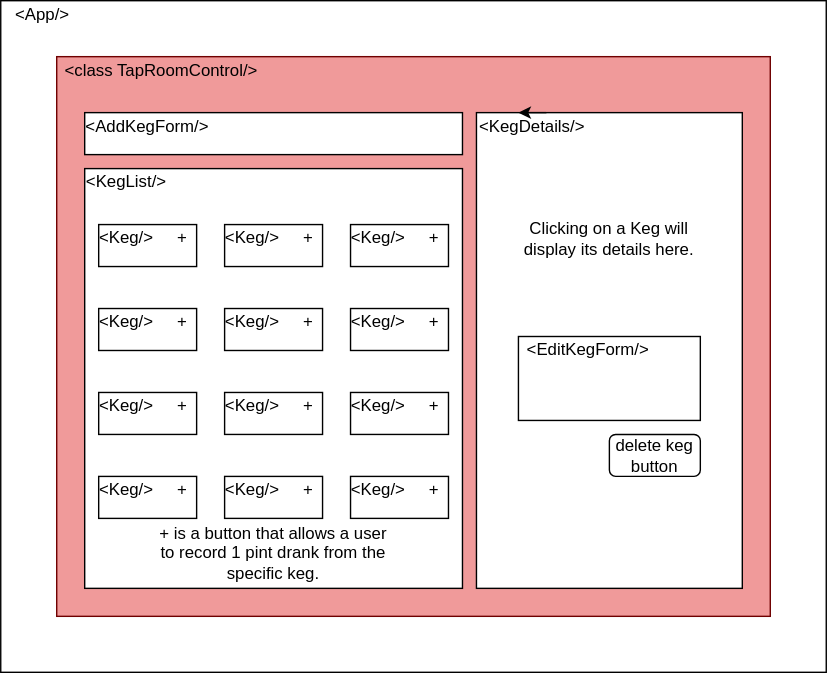
Before: taproom.svg, a diagram exported from draw.io (efirpo/taproom-7-2). Source tidied: cells renumbered, new cells last; positions are measured from the earlier drawing's top-left corner, leaving out a move shared by most shapes. The source it was exported from:
```xml
<mxGraphModel>
  <root>
    <mxCell id="0" />
    <mxCell id="1" parent="0" />
    <mxCell id="2" style="rounded=0;whiteSpace=wrap;html=1;" parent="1" vertex="1">
      <mxGeometry width="590" height="480" as="geometry" />
    </mxCell>
    <mxCell id="3" value="&amp;lt;App/&amp;gt;" style="text;html=1;strokeColor=none;fillColor=none;align=center;verticalAlign=middle;whiteSpace=wrap;rounded=0;" parent="1" vertex="1">
      <mxGeometry x="10" width="40" height="20" as="geometry" />
    </mxCell>
    <mxCell id="4" style="rounded=0;whiteSpace=wrap;html=1;strokeColor=#6F0000;fontColor=#ffffff;fillColor=#F09A9A;" parent="1" vertex="1">
      <mxGeometry x="40" y="40" width="510" height="400" as="geometry" />
    </mxCell>
    <mxCell id="5" value="&amp;lt;class TapRoomControl/&amp;gt;" style="text;html=1;strokeColor=none;fillColor=none;align=center;verticalAlign=middle;whiteSpace=wrap;rounded=0;" parent="1" vertex="1">
      <mxGeometry x="20" y="40" width="190" height="20" as="geometry" />
    </mxCell>
    <mxCell id="6" style="rounded=0;whiteSpace=wrap;html=1;" parent="1" vertex="1">
      <mxGeometry x="60" y="80" width="270" height="30" as="geometry" />
    </mxCell>
    <mxCell id="7" value="&amp;lt;AddKegForm/&amp;gt;" style="text;html=1;strokeColor=none;fillColor=none;align=center;verticalAlign=middle;whiteSpace=wrap;rounded=0;" parent="1" vertex="1">
      <mxGeometry x="85" y="80" width="40" height="20" as="geometry" />
    </mxCell>
    <mxCell id="8" style="rounded=0;whiteSpace=wrap;html=1;" parent="1" vertex="1">
      <mxGeometry x="60" y="120" width="270" height="300" as="geometry" />
    </mxCell>
    <mxCell id="9" style="rounded=0;whiteSpace=wrap;html=1;" parent="1" vertex="1">
      <mxGeometry x="340" y="80" width="190" height="340" as="geometry" />
    </mxCell>
    <mxCell id="10" value="&amp;lt;KegDetails/&amp;gt;" style="text;html=1;strokeColor=none;fillColor=none;align=center;verticalAlign=middle;whiteSpace=wrap;rounded=0;" parent="1" vertex="1">
      <mxGeometry x="360" y="80" width="40" height="20" as="geometry" />
    </mxCell>
    <mxCell id="11" style="rounded=0;whiteSpace=wrap;html=1;" parent="1" vertex="1">
      <mxGeometry x="370" y="240" width="130" height="60" as="geometry" />
    </mxCell>
    <mxCell id="12" value="&amp;lt;EditKegForm/&amp;gt;" style="text;html=1;strokeColor=none;fillColor=none;align=center;verticalAlign=middle;whiteSpace=wrap;rounded=0;" parent="1" vertex="1">
      <mxGeometry x="400" y="240" width="40" height="20" as="geometry" />
    </mxCell>
    <mxCell id="13" style="rounded=0;whiteSpace=wrap;html=1;" parent="1" vertex="1">
      <mxGeometry x="70" y="160" width="70" height="30" as="geometry" />
    </mxCell>
    <mxCell id="14" value="&amp;lt;Keg/&amp;gt;" style="text;html=1;strokeColor=none;fillColor=none;align=center;verticalAlign=middle;whiteSpace=wrap;rounded=0;" parent="1" vertex="1">
      <mxGeometry x="70" y="160" width="40" height="20" as="geometry" />
    </mxCell>
    <mxCell id="15" style="rounded=0;whiteSpace=wrap;html=1;" parent="1" vertex="1">
      <mxGeometry x="160" y="160" width="70" height="30" as="geometry" />
    </mxCell>
    <mxCell id="16" value="&amp;lt;Keg/&amp;gt;" style="text;html=1;strokeColor=none;fillColor=none;align=center;verticalAlign=middle;whiteSpace=wrap;rounded=0;" parent="1" vertex="1">
      <mxGeometry x="160" y="160" width="40" height="20" as="geometry" />
    </mxCell>
    <mxCell id="17" style="rounded=0;whiteSpace=wrap;html=1;" parent="1" vertex="1">
      <mxGeometry x="250" y="160" width="70" height="30" as="geometry" />
    </mxCell>
    <mxCell id="18" value="&amp;lt;Keg/&amp;gt;" style="text;html=1;strokeColor=none;fillColor=none;align=center;verticalAlign=middle;whiteSpace=wrap;rounded=0;" parent="1" vertex="1">
      <mxGeometry x="250" y="160" width="40" height="20" as="geometry" />
    </mxCell>
    <mxCell id="19" style="rounded=0;whiteSpace=wrap;html=1;" parent="1" vertex="1">
      <mxGeometry x="70" y="220" width="70" height="30" as="geometry" />
    </mxCell>
    <mxCell id="20" value="&amp;lt;Keg/&amp;gt;" style="text;html=1;strokeColor=none;fillColor=none;align=center;verticalAlign=middle;whiteSpace=wrap;rounded=0;" parent="1" vertex="1">
      <mxGeometry x="70" y="220" width="40" height="20" as="geometry" />
    </mxCell>
    <mxCell id="21" style="rounded=0;whiteSpace=wrap;html=1;" parent="1" vertex="1">
      <mxGeometry x="160" y="220" width="70" height="30" as="geometry" />
    </mxCell>
    <mxCell id="22" value="&amp;lt;Keg/&amp;gt;" style="text;html=1;strokeColor=none;fillColor=none;align=center;verticalAlign=middle;whiteSpace=wrap;rounded=0;" parent="1" vertex="1">
      <mxGeometry x="160" y="220" width="40" height="20" as="geometry" />
    </mxCell>
    <mxCell id="23" style="rounded=0;whiteSpace=wrap;html=1;" parent="1" vertex="1">
      <mxGeometry x="250" y="220" width="70" height="30" as="geometry" />
    </mxCell>
    <mxCell id="24" value="&amp;lt;Keg/&amp;gt;" style="text;html=1;strokeColor=none;fillColor=none;align=center;verticalAlign=middle;whiteSpace=wrap;rounded=0;" parent="1" vertex="1">
      <mxGeometry x="250" y="220" width="40" height="20" as="geometry" />
    </mxCell>
    <mxCell id="25" style="rounded=0;whiteSpace=wrap;html=1;" parent="1" vertex="1">
      <mxGeometry x="70" y="280" width="70" height="30" as="geometry" />
    </mxCell>
    <mxCell id="26" value="&amp;lt;Keg/&amp;gt;" style="text;html=1;strokeColor=none;fillColor=none;align=center;verticalAlign=middle;whiteSpace=wrap;rounded=0;" parent="1" vertex="1">
      <mxGeometry x="70" y="280" width="40" height="20" as="geometry" />
    </mxCell>
    <mxCell id="27" style="rounded=0;whiteSpace=wrap;html=1;" parent="1" vertex="1">
      <mxGeometry x="160" y="280" width="70" height="30" as="geometry" />
    </mxCell>
    <mxCell id="28" value="&amp;lt;Keg/&amp;gt;" style="text;html=1;strokeColor=none;fillColor=none;align=center;verticalAlign=middle;whiteSpace=wrap;rounded=0;" parent="1" vertex="1">
      <mxGeometry x="160" y="280" width="40" height="20" as="geometry" />
    </mxCell>
    <mxCell id="29" style="rounded=0;whiteSpace=wrap;html=1;" parent="1" vertex="1">
      <mxGeometry x="250" y="280" width="70" height="30" as="geometry" />
    </mxCell>
    <mxCell id="30" value="&amp;lt;Keg/&amp;gt;" style="text;html=1;strokeColor=none;fillColor=none;align=center;verticalAlign=middle;whiteSpace=wrap;rounded=0;" parent="1" vertex="1">
      <mxGeometry x="250" y="280" width="40" height="20" as="geometry" />
    </mxCell>
    <mxCell id="31" style="rounded=0;whiteSpace=wrap;html=1;" parent="1" vertex="1">
      <mxGeometry x="70" y="340" width="70" height="30" as="geometry" />
    </mxCell>
    <mxCell id="32" value="&amp;lt;Keg/&amp;gt;" style="text;html=1;strokeColor=none;fillColor=none;align=center;verticalAlign=middle;whiteSpace=wrap;rounded=0;" parent="1" vertex="1">
      <mxGeometry x="70" y="340" width="40" height="20" as="geometry" />
    </mxCell>
    <mxCell id="33" style="rounded=0;whiteSpace=wrap;html=1;" parent="1" vertex="1">
      <mxGeometry x="160" y="340" width="70" height="30" as="geometry" />
    </mxCell>
    <mxCell id="34" value="&amp;lt;Keg/&amp;gt;" style="text;html=1;strokeColor=none;fillColor=none;align=center;verticalAlign=middle;whiteSpace=wrap;rounded=0;" parent="1" vertex="1">
      <mxGeometry x="160" y="340" width="40" height="20" as="geometry" />
    </mxCell>
    <mxCell id="35" style="rounded=0;whiteSpace=wrap;html=1;" parent="1" vertex="1">
      <mxGeometry x="250" y="340" width="70" height="30" as="geometry" />
    </mxCell>
    <mxCell id="36" value="&amp;lt;Keg/&amp;gt;" style="text;html=1;strokeColor=none;fillColor=none;align=center;verticalAlign=middle;whiteSpace=wrap;rounded=0;" parent="1" vertex="1">
      <mxGeometry x="250" y="340" width="40" height="20" as="geometry" />
    </mxCell>
    <mxCell id="37" value="Clicking on a Keg will display its details here." style="text;html=1;strokeColor=none;fillColor=none;align=center;verticalAlign=middle;whiteSpace=wrap;rounded=0;" parent="1" vertex="1">
      <mxGeometry x="360" y="127.5" width="150" height="85" as="geometry" />
    </mxCell>
    <mxCell id="38" value="+" style="text;html=1;strokeColor=none;fillColor=none;align=center;verticalAlign=middle;whiteSpace=wrap;rounded=0;" parent="1" vertex="1">
      <mxGeometry x="110" y="160" width="40" height="20" as="geometry" />
    </mxCell>
    <mxCell id="39" value="+" style="text;html=1;strokeColor=none;fillColor=none;align=center;verticalAlign=middle;whiteSpace=wrap;rounded=0;" parent="1" vertex="1">
      <mxGeometry x="200" y="160" width="40" height="20" as="geometry" />
    </mxCell>
    <mxCell id="40" value="+" style="text;html=1;strokeColor=none;fillColor=none;align=center;verticalAlign=middle;whiteSpace=wrap;rounded=0;" parent="1" vertex="1">
      <mxGeometry x="290" y="160" width="40" height="20" as="geometry" />
    </mxCell>
    <mxCell id="41" value="+" style="text;html=1;strokeColor=none;fillColor=none;align=center;verticalAlign=middle;whiteSpace=wrap;rounded=0;" parent="1" vertex="1">
      <mxGeometry x="110" y="220" width="40" height="20" as="geometry" />
    </mxCell>
    <mxCell id="42" value="+" style="text;html=1;strokeColor=none;fillColor=none;align=center;verticalAlign=middle;whiteSpace=wrap;rounded=0;" parent="1" vertex="1">
      <mxGeometry x="200" y="220" width="40" height="20" as="geometry" />
    </mxCell>
    <mxCell id="43" value="+" style="text;html=1;strokeColor=none;fillColor=none;align=center;verticalAlign=middle;whiteSpace=wrap;rounded=0;" parent="1" vertex="1">
      <mxGeometry x="290" y="220" width="40" height="20" as="geometry" />
    </mxCell>
    <mxCell id="44" value="+" style="text;html=1;strokeColor=none;fillColor=none;align=center;verticalAlign=middle;whiteSpace=wrap;rounded=0;" parent="1" vertex="1">
      <mxGeometry x="110" y="280" width="40" height="20" as="geometry" />
    </mxCell>
    <mxCell id="45" value="+" style="text;html=1;strokeColor=none;fillColor=none;align=center;verticalAlign=middle;whiteSpace=wrap;rounded=0;" parent="1" vertex="1">
      <mxGeometry x="200" y="280" width="40" height="20" as="geometry" />
    </mxCell>
    <mxCell id="46" value="+" style="text;html=1;strokeColor=none;fillColor=none;align=center;verticalAlign=middle;whiteSpace=wrap;rounded=0;" parent="1" vertex="1">
      <mxGeometry x="290" y="280" width="40" height="20" as="geometry" />
    </mxCell>
    <mxCell id="47" value="+" style="text;html=1;strokeColor=none;fillColor=none;align=center;verticalAlign=middle;whiteSpace=wrap;rounded=0;" parent="1" vertex="1">
      <mxGeometry x="110" y="340" width="40" height="20" as="geometry" />
    </mxCell>
    <mxCell id="48" value="+" style="text;html=1;strokeColor=none;fillColor=none;align=center;verticalAlign=middle;whiteSpace=wrap;rounded=0;" parent="1" vertex="1">
      <mxGeometry x="200" y="340" width="40" height="20" as="geometry" />
    </mxCell>
    <mxCell id="49" value="+" style="text;html=1;strokeColor=none;fillColor=none;align=center;verticalAlign=middle;whiteSpace=wrap;rounded=0;" parent="1" vertex="1">
      <mxGeometry x="290" y="340" width="40" height="20" as="geometry" />
    </mxCell>
    <mxCell id="50" value="delete keg button" style="rounded=1;whiteSpace=wrap;html=1;" parent="1" vertex="1">
      <mxGeometry x="435" y="310" width="65" height="30" as="geometry" />
    </mxCell>
    <mxCell id="51" value="+ is a button that allows a user to record 1 pint drank from&amp;nbsp;the specific keg." style="text;html=1;strokeColor=none;fillColor=none;align=center;verticalAlign=middle;whiteSpace=wrap;rounded=0;" parent="1" vertex="1">
      <mxGeometry x="110" y="390" width="170" height="10" as="geometry" />
    </mxCell>
    <mxCell id="52" value="&amp;lt;KegList/&amp;gt;" style="text;html=1;strokeColor=none;fillColor=none;align=center;verticalAlign=middle;whiteSpace=wrap;rounded=0;" parent="1" vertex="1">
      <mxGeometry x="70" y="120" width="40" height="20" as="geometry" />
    </mxCell>
    <mxCell id="53" style="edgeStyle=orthogonalEdgeStyle;rounded=0;orthogonalLoop=1;jettySize=auto;html=1;exitX=0.75;exitY=0;exitDx=0;exitDy=0;entryX=0.25;entryY=0;entryDx=0;entryDy=0;" parent="1" edge="1" source="10" target="10">
      <mxGeometry relative="1" as="geometry" />
    </mxCell>
  </root>
</mxGraphModel>
```
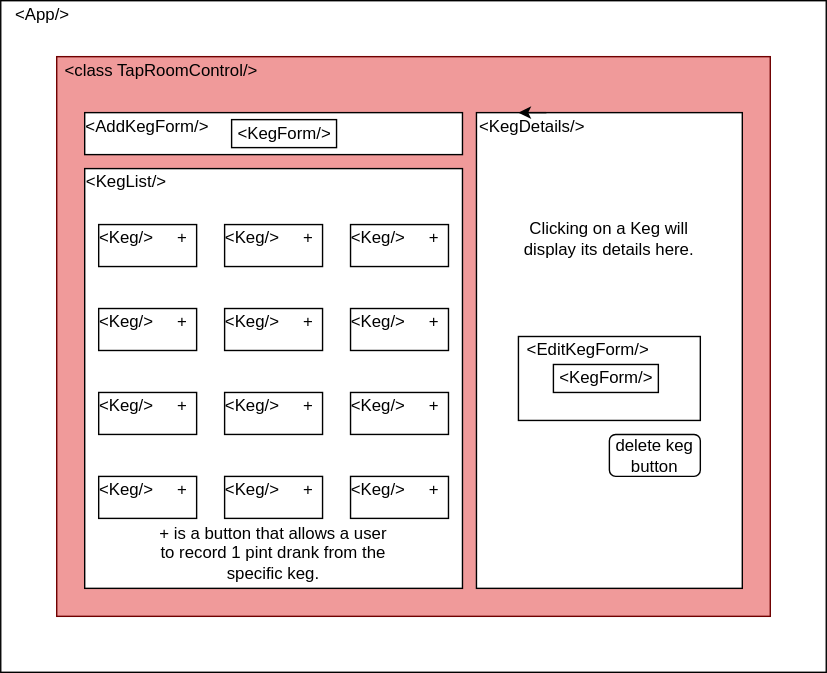
The same diagram one commit later.

What changed in the source:
```diff
@@ -158,5 +158,17 @@
     <mxCell id="53" style="edgeStyle=orthogonalEdgeStyle;rounded=0;orthogonalLoop=1;jettySize=auto;html=1;exitX=0.75;exitY=0;exitDx=0;exitDy=0;entryX=0.25;entryY=0;entryDx=0;entryDy=0;" parent="1" edge="1" source="10" target="10">
       <mxGeometry relative="1" as="geometry" />
     </mxCell>
+    <mxCell id="54" style="rounded=0;whiteSpace=wrap;html=1;" parent="1" vertex="1">
+      <mxGeometry x="395" y="260" width="75" height="20" as="geometry" />
+    </mxCell>
+    <mxCell id="55" value="&amp;lt;KegForm/&amp;gt;" style="text;html=1;strokeColor=none;fillColor=none;align=center;verticalAlign=middle;whiteSpace=wrap;rounded=0;" parent="1" vertex="1">
+      <mxGeometry x="412.5" y="260" width="40" height="20" as="geometry" />
+    </mxCell>
+    <mxCell id="56" style="rounded=0;whiteSpace=wrap;html=1;" parent="1" vertex="1">
+      <mxGeometry x="165" y="85" width="75" height="20" as="geometry" />
+    </mxCell>
+    <mxCell id="57" value="&amp;lt;KegForm/&amp;gt;" style="text;html=1;strokeColor=none;fillColor=none;align=center;verticalAlign=middle;whiteSpace=wrap;rounded=0;" parent="1" vertex="1">
+      <mxGeometry x="182.5" y="85" width="40" height="20" as="geometry" />
+    </mxCell>
   </root>
 </mxGraphModel>
```
